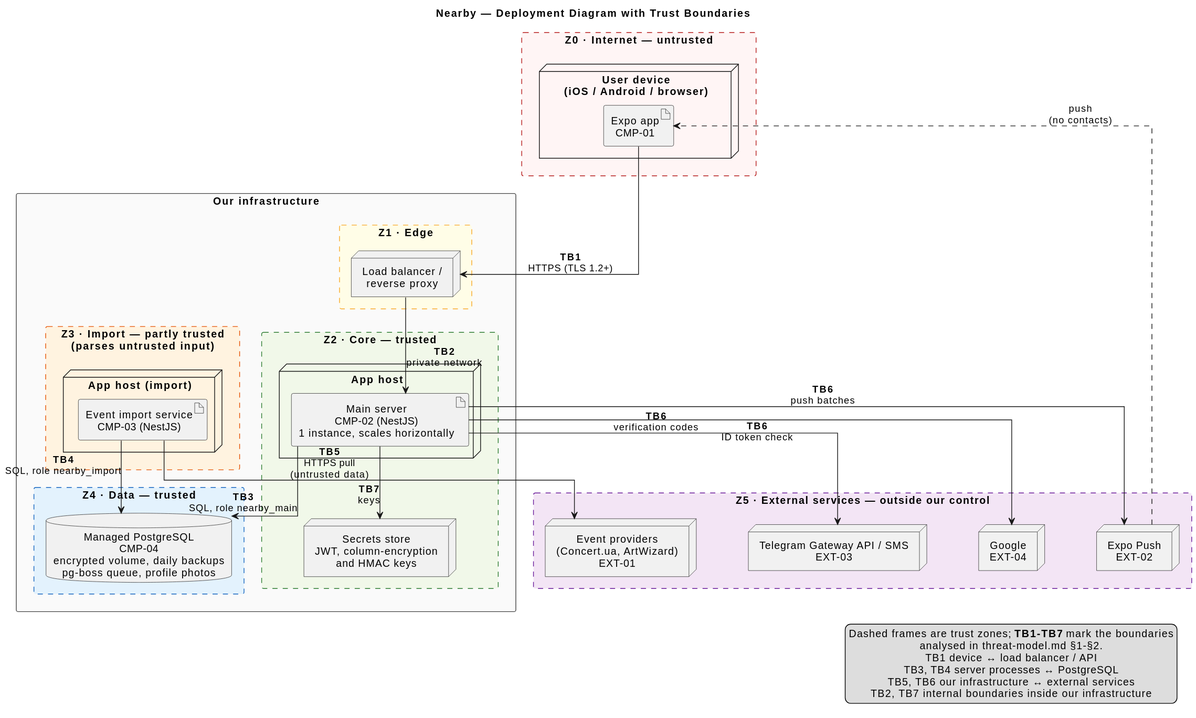
Above: docs/architecture/uml/rendered/deployment-diagram.svg in ukma-fin-ssdm-2026/pun-intended-team (PlantUML), before the change. Source of this version:
```plantuml
@startuml
title Nearby — Deployment Diagram with Trust Boundaries

skinparam shadowing false
skinparam defaultTextAlignment center
skinparam linetype ortho
skinparam nodesep 70
skinparam ranksep 80

rectangle "Z0 · Internet — untrusted" as Z0 #FFF5F5;line:B71C1C;line.dashed {
  node "User device\n(iOS / Android / browser)" as dev {
    artifact "Expo app\nCMP-01" as app
  }
}

rectangle "Our infrastructure" as INFRA #FAFAFA;line:424242 {

  rectangle "Z1 · Edge" as Z1 #FFFDE7;line:F9A825;line.dashed {
    node "Load balancer /\nreverse proxy" as lb
  }

  rectangle "Z2 · Core — trusted" as Z2 #F1F8E9;line:2E7D32;line.dashed {
    node "App host" as host_main {
      artifact "Main server\nCMP-02 (NestJS)\n1 instance, scales horizontally" as main
    }
    node "Secrets store\nJWT, column-encryption\nand HMAC keys" as secrets
  }

  rectangle "Z3 · Import — partly trusted\n(parses untrusted input)" as Z3 #FFF3E0;line:E65100;line.dashed {
    node "App host (import)" as host_import {
      artifact "Event import service\nCMP-03 (NestJS)" as imp
    }
  }

  rectangle "Z4 · Data — trusted" as Z4 #E3F2FD;line:1565C0;line.dashed {
    database "Managed PostgreSQL\nCMP-04\nencrypted volume, daily backups\npg-boss queue, profile photos" as db
  }
}

rectangle "Z5 · External services — outside our control" as Z5 #F3E5F5;line:6A1B9A;line.dashed {
  node "Event providers\n(Concert.ua, ArtWizard)\nEXT-01" as providers
  node "Telegram Gateway API / SMS\nEXT-03" as tg
  node "Expo Push\nEXT-02" as push
  node "Google\nEXT-04" as google
}

app --> lb : **TB1**\nHTTPS (TLS 1.2+)
lb --> main : **TB2**\nprivate network
main --> db : **TB3**\nSQL, role nearby_main
imp --> db : **TB4**\nSQL, role nearby_import
imp --> providers : **TB5**\nHTTPS pull\n(untrusted data)
main --> tg : **TB6**\nverification codes
main --> push : **TB6**\npush batches
main --> google : **TB6**\nID token check
main --> secrets : **TB7**\nkeys
push ..> app : push\n(no contacts)

legend right
  Dashed frames are trust zones; **TB1-TB7** mark the boundaries
  analysed in threat-model.md §1-§2.
  TB1  device ↔ load balancer / API
  TB3, TB4  server processes ↔ PostgreSQL
  TB5, TB6  our infrastructure ↔ external services
  TB2, TB7  internal boundaries inside our infrastructure
endlegend
@enduml
```
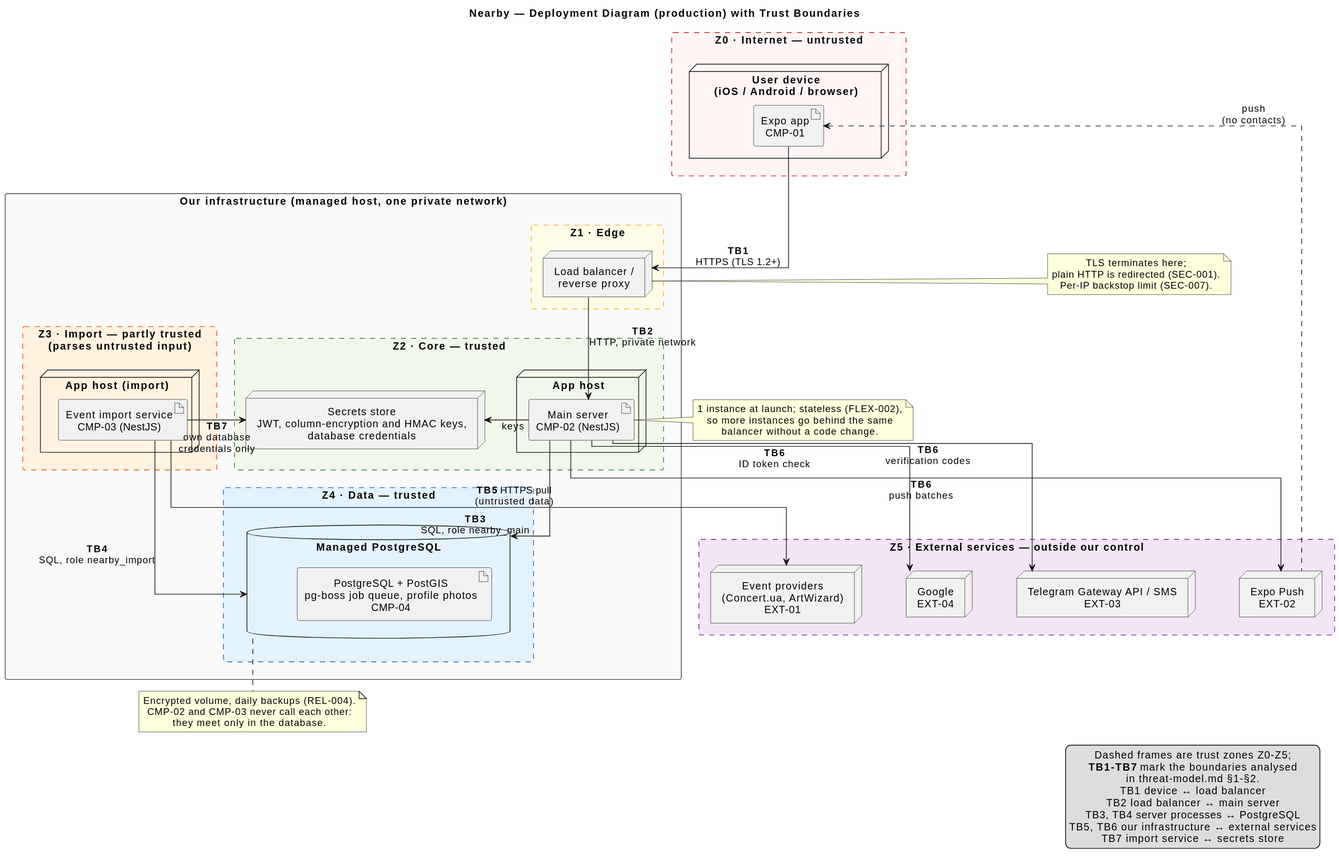
Later version of the same file.

Commit message:
(#53) Update UML deployment diagram and its SVG

With claude made deployment diagram more fitting to other documents. Uploaded new svg image for deployment diagram

The edit, as a diff of the source:
```diff
@@ -1,11 +1,11 @@
 @startuml
-title Nearby — Deployment Diagram with Trust Boundaries
+title Nearby — Deployment Diagram (production) with Trust Boundaries
 
 skinparam shadowing false
 skinparam defaultTextAlignment center
 skinparam linetype ortho
-skinparam nodesep 70
-skinparam ranksep 80
+skinparam nodesep 60
+skinparam ranksep 70
 
 rectangle "Z0 · Internet — untrusted" as Z0 #FFF5F5;line:B71C1C;line.dashed {
   node "User device\n(iOS / Android / browser)" as dev {
@@ -13,7 +13,7 @@
   }
 }
 
-rectangle "Our infrastructure" as INFRA #FAFAFA;line:424242 {
+rectangle "Our infrastructure (managed host, one private network)" as INFRA #FAFAFA;line:424242 {
 
   rectangle "Z1 · Edge" as Z1 #FFFDE7;line:F9A825;line.dashed {
     node "Load balancer /\nreverse proxy" as lb
@@ -21,9 +21,9 @@
 
   rectangle "Z2 · Core — trusted" as Z2 #F1F8E9;line:2E7D32;line.dashed {
     node "App host" as host_main {
-      artifact "Main server\nCMP-02 (NestJS)\n1 instance, scales horizontally" as main
+      artifact "Main server\nCMP-02 (NestJS)" as main
     }
-    node "Secrets store\nJWT, column-encryption\nand HMAC keys" as secrets
+    node "Secrets store\nJWT, column-encryption and HMAC keys,\ndatabase credentials" as secrets
   }
 
   rectangle "Z3 · Import — partly trusted\n(parses untrusted input)" as Z3 #FFF3E0;line:E65100;line.dashed {
@@ -33,34 +33,63 @@
   }
 
   rectangle "Z4 · Data — trusted" as Z4 #E3F2FD;line:1565C0;line.dashed {
-    database "Managed PostgreSQL\nCMP-04\nencrypted volume, daily backups\npg-boss queue, profile photos" as db
+    database "Managed PostgreSQL" as db {
+      artifact "PostgreSQL + PostGIS\npg-boss job queue, profile photos\nCMP-04" as pg
+    }
   }
+
+
 }
 
 rectangle "Z5 · External services — outside our control" as Z5 #F3E5F5;line:6A1B9A;line.dashed {
-  node "Event providers\n(Concert.ua, ArtWizard)\nEXT-01" as providers
+  node "Google\nEXT-04" as google
   node "Telegram Gateway API / SMS\nEXT-03" as tg
   node "Expo Push\nEXT-02" as push
-  node "Google\nEXT-04" as google
+  node "Event providers\n(Concert.ua, ArtWizard)\nEXT-01" as providers
 }
 
-app --> lb : **TB1**\nHTTPS (TLS 1.2+)
-lb --> main : **TB2**\nprivate network
-main --> db : **TB3**\nSQL, role nearby_main
-imp --> db : **TB4**\nSQL, role nearby_import
-imp --> providers : **TB5**\nHTTPS pull\n(untrusted data)
-main --> tg : **TB6**\nverification codes
-main --> push : **TB6**\npush batches
-main --> google : **TB6**\nID token check
-main --> secrets : **TB7**\nkeys
-push ..> app : push\n(no contacts)
+app -down-> lb : **TB1**\nHTTPS (TLS 1.2+)
+lb -down-> main : **TB2**\nHTTP, private network
+main -right-> secrets : keys
+imp -left-> secrets : **TB7**\nown database\ncredentials only
+main -down-> db : **TB3**\nSQL, role nearby_main
+imp -down-> db : **TB4**\nSQL, role nearby_import
+main -down-> google : **TB6**\nID token check
+main -down-> tg : **TB6**\nverification codes
+main -down-> push : **TB6**\npush batches
+imp -down-> providers : **TB5** HTTPS pull\n(untrusted data)
+push .up.> app : push\n(no contacts)
+
+google -[hidden]right- tg
+tg -[hidden]right- push
+push -[hidden]right- providers
+
+note right of lb
+  TLS terminates here;
+  plain HTTP is redirected (SEC-001).
+  Per-IP backstop limit (SEC-007).
+end note
+
+note left of main
+  1 instance at launch; stateless (FLEX-002),
+  so more instances go behind the same
+  balancer without a code change.
+end note
+
+note bottom of db
+  Encrypted volume, daily backups (REL-004).
+  CMP-02 and CMP-03 never call each other:
+  they meet only in the database.
+end note
 
 legend right
-  Dashed frames are trust zones; **TB1-TB7** mark the boundaries
-  analysed in threat-model.md §1-§2.
-  TB1  device ↔ load balancer / API
+  Dashed frames are trust zones Z0-Z5;
+  **TB1-TB7** mark the boundaries analysed
+  in threat-model.md §1-§2.
+  TB1  device ↔ load balancer
+  TB2  load balancer ↔ main server
   TB3, TB4  server processes ↔ PostgreSQL
   TB5, TB6  our infrastructure ↔ external services
-  TB2, TB7  internal boundaries inside our infrastructure
+  TB7  import service ↔ secrets store
 endlegend
 @enduml
```
